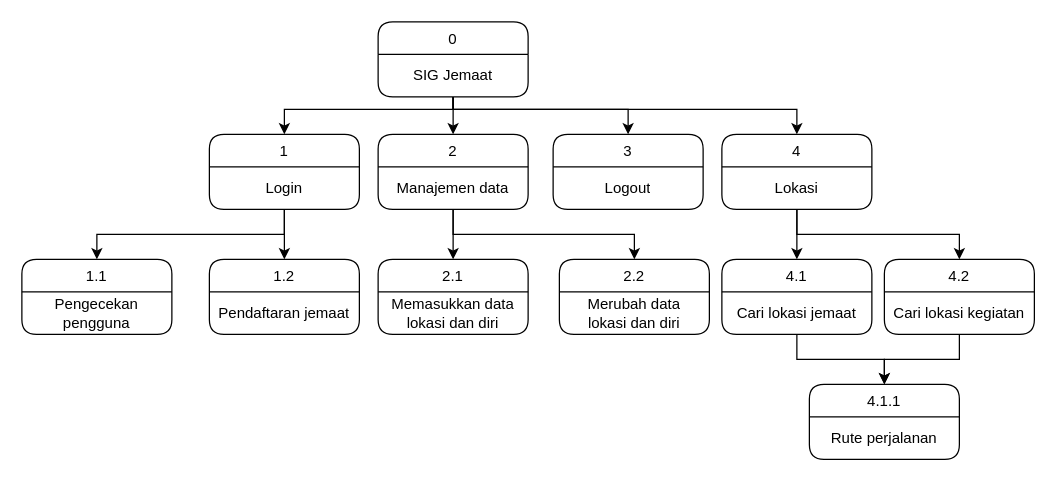
Before: page "Page-3" (3 of 5) of DFD.drawio in Raymond-15/requirements, a draw.io diagram. Source tidied: cells renumbered, new cells numbered last; positions are measured from the earlier drawing's top-left corner, leaving out a move shared by most shapes. Both pictures are drawn from the tidied source at 125%, with x=0, y=0 at pixel (21, 21).
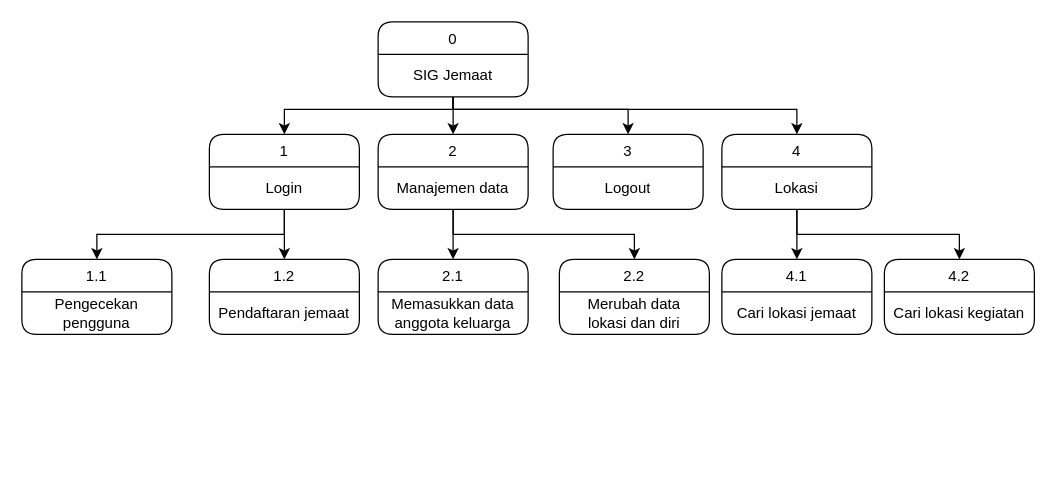
The same diagram, later.

The change refers to these unchanged cells:
```xml
<mxCell id="16" value="2.1" style="swimlane;fontStyle=0;horizontal=1;startSize=26;fillColor=none;rounded=1;swimlaneLine=1;" parent="1" vertex="1">
  <mxGeometry x="285" y="190" width="120" height="60" as="geometry" />
</mxCell>
<mxCell id="31" value="4.1" style="swimlane;fontStyle=0;horizontal=1;startSize=26;fillColor=none;rounded=1;swimlaneLine=1;" parent="1" vertex="1">
  <mxGeometry x="560" y="190" width="120" height="60" as="geometry" />
</mxCell>
<mxCell id="34" value="4.2" style="swimlane;fontStyle=0;horizontal=1;startSize=26;fillColor=none;rounded=1;swimlaneLine=1;" parent="1" vertex="1">
  <mxGeometry x="690" y="190" width="120" height="60" as="geometry" />
</mxCell>
```

What changed in the source:
```diff
@@
-    <mxCell id="17" value="Memasukkan data&#10;lokasi dan diri" style="text;strokeColor=none;fillColor=none;align=center;verticalAlign=middle;spacingLeft=4;spacingRight=4;overflow=hidden;whiteSpace=wrap;" parent="16" vertex="1">
+    <mxCell id="17" value="Memasukkan data&#10;anggota keluarga" style="text;strokeColor=none;fillColor=none;align=center;verticalAlign=middle;spacingLeft=4;spacingRight=4;overflow=hidden;whiteSpace=wrap;" parent="16" vertex="1">
       <mxGeometry y="26" width="120" height="34" as="geometry" />
     </mxCell>
@@
-    <mxCell id="30" style="edgeStyle=orthogonalEdgeStyle;rounded=0;jettySize=auto;html=1;entryX=0.5;entryY=0;entryDx=0;entryDy=0;" parent="1" edge="1" source="31" target="36">
-      <mxGeometry relative="1" as="geometry" />
-    </mxCell>
@@
-    <mxCell id="33" style="edgeStyle=orthogonalEdgeStyle;rounded=0;jettySize=auto;html=1;entryX=0.5;entryY=0;entryDx=0;entryDy=0;" parent="1" edge="1" source="34" target="36">
-      <mxGeometry relative="1" as="geometry" />
-    </mxCell>
@@
-    <mxCell id="36" value="4.1.1" style="swimlane;fontStyle=0;horizontal=1;startSize=26;fillColor=none;rounded=1;swimlaneLine=1;" parent="1" vertex="1">
-      <mxGeometry x="630" y="290" width="120" height="60" as="geometry" />
-    </mxCell>
-    <mxCell id="37" value="Rute perjalanan" style="text;strokeColor=none;fillColor=none;align=center;verticalAlign=middle;spacingLeft=4;spacingRight=4;overflow=hidden;whiteSpace=wrap;" parent="36" vertex="1">
-      <mxGeometry y="26" width="120" height="34" as="geometry" />
-    </mxCell>
```
